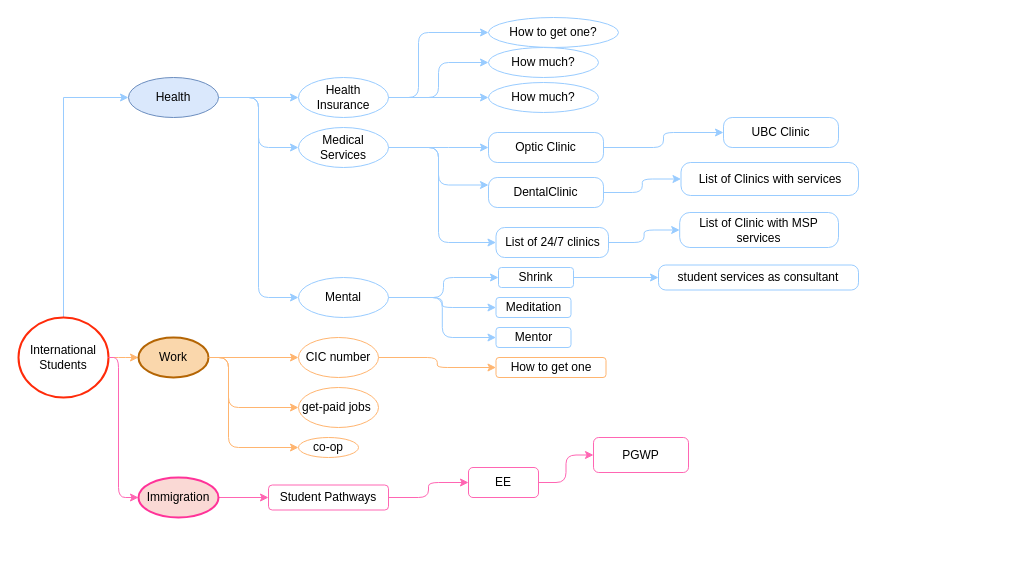
Above: Untitled Diagram.drawio in Elaheh-sharafian/portfolio (draw.io), before the change. Source tidied: cells renumbered, new cells numbered last; positions are measured from the earlier drawing's top-left corner, leaving out a move shared by most shapes. Both pictures are drawn from the tidied source at 100%, with x=0, y=0 at pixel (18, 17).
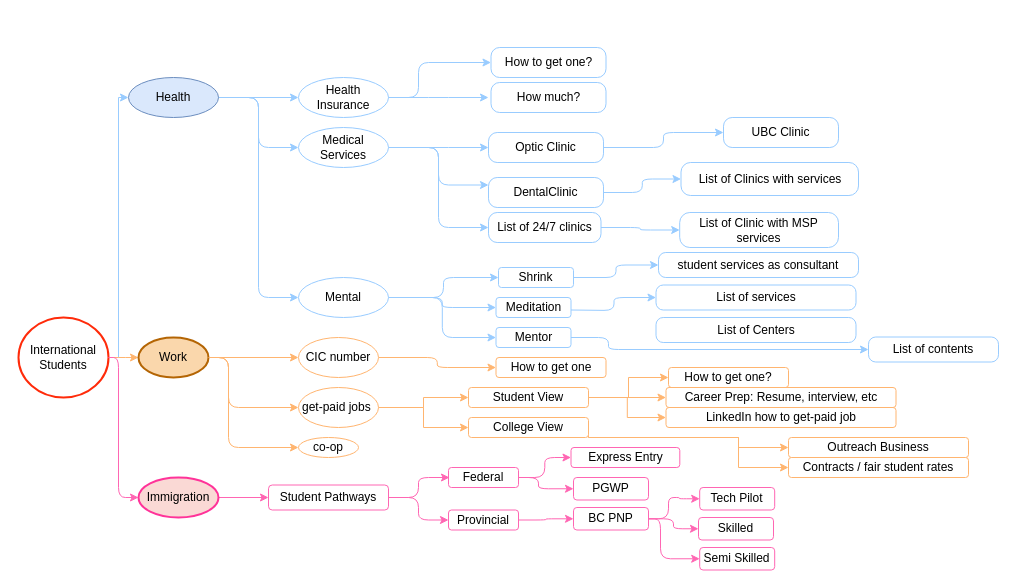
Above is the later version.

Unchanged cells that the change refers to:
```xml
<mxCell id="4" value="International &lt;br&gt;Students" style="ellipse;whiteSpace=wrap;html=1;strokeWidth=2;strokeColor=#FF2B0A;" parent="1" vertex="1">
  <mxGeometry y="300" width="90" height="80" as="geometry" />
</mxCell>
<mxCell id="8" value="Health" style="ellipse;whiteSpace=wrap;html=1;fillColor=#dae8fc;strokeColor=#6c8ebf;" parent="1" vertex="1">
  <mxGeometry x="110" y="60" width="90" height="40" as="geometry" />
</mxCell>
<mxCell id="11" value="Health Insurance&lt;br&gt;" style="ellipse;whiteSpace=wrap;html=1;strokeColor=#99CCFF;" parent="1" vertex="1">
  <mxGeometry x="280" y="60" width="90" height="40" as="geometry" />
</mxCell>
<mxCell id="20" value="Medical Services" style="ellipse;whiteSpace=wrap;html=1;strokeColor=#99CCFF;" parent="1" vertex="1">
  <mxGeometry x="280" y="110" width="90" height="40" as="geometry" />
</mxCell>
<mxCell id="37" value="Mentor" style="whiteSpace=wrap;html=1;strokeColor=#99CCFF;rounded=1;" parent="1" vertex="1">
  <mxGeometry x="477.5" y="310" width="75" height="20" as="geometry" />
</mxCell>
<mxCell id="45" value="get-paid jobs&amp;nbsp;" style="ellipse;whiteSpace=wrap;html=1;strokeColor=#FFB570;" parent="1" vertex="1">
  <mxGeometry x="280" y="370" width="80" height="40" as="geometry" />
</mxCell>
<mxCell id="52" value="Student Pathways" style="whiteSpace=wrap;html=1;strokeWidth=1;rounded=1;strokeColor=#FF66B3;" parent="1" vertex="1">
  <mxGeometry x="250" y="467.5" width="120" height="25" as="geometry" />
</mxCell>
```

Diff of the diagram source:
```diff
@@
     <mxCell id="2" style="edgeStyle=orthogonalEdgeStyle;rounded=0;jettySize=auto;html=1;strokeColor=#99CCFF;" parent="1" edge="1" source="4" target="8">
       <mxGeometry relative="1" as="geometry">
         <Array as="points">
-          <mxPoint x="45" y="80" />
+          <mxPoint x="100" y="340" />
+          <mxPoint x="100" y="80" />
         </Array>
       </mxGeometry>
     </mxCell>
@@
-    <mxCell id="9" style="edgeStyle=orthogonalEdgeStyle;rounded=1;jettySize=auto;html=1;strokeColor=#99CCFF;" parent="1" edge="1" source="11" target="12">
+    <mxCell id="9" style="edgeStyle=orthogonalEdgeStyle;rounded=1;jettySize=auto;html=1;strokeColor=#99CCFF;entryX=0;entryY=0.5;entryDx=0;entryDy=0;" parent="1" edge="1" source="11" target="78">
       <mxGeometry relative="1" as="geometry">
         <Array as="points">
           <mxPoint x="400" y="80" />
-          <mxPoint x="400" y="15" />
+          <mxPoint x="400" y="45" />
         </Array>
       </mxGeometry>
     </mxCell>
-    <mxCell id="10" style="edgeStyle=orthogonalEdgeStyle;rounded=1;jettySize=auto;html=1;entryX=0;entryY=0.5;entryDx=0;entryDy=0;strokeColor=#99CCFF;" parent="1" edge="1" source="11" target="16">
-      <mxGeometry relative="1" as="geometry" />
-    </mxCell>
@@
-    <mxCell id="12" value="How to get one?" style="ellipse;whiteSpace=wrap;html=1;strokeColor=#99CCFF;strokeWidth=1;" parent="1" vertex="1">
-      <mxGeometry x="470" width="130" height="30" as="geometry" />
-    </mxCell>
-    <mxCell id="13" style="endArrow=classic;html=1;exitX=1;exitY=0.5;exitDx=0;exitDy=0;entryX=0;entryY=0.5;entryDx=0;entryDy=0;edgeStyle=orthogonalEdgeStyle;strokeColor=#99CCFF;" parent="1" edge="1" source="11" target="15">
-      <mxGeometry relative="1" as="geometry" />
+    <mxCell id="13" style="endArrow=classic;html=1;exitX=1;exitY=0.5;exitDx=0;exitDy=0;edgeStyle=orthogonalEdgeStyle;strokeColor=#99CCFF;" parent="1" edge="1" source="11">
+      <mxGeometry relative="1" as="geometry">
+        <mxPoint x="470" y="80" as="targetPoint" />
+      </mxGeometry>
     </mxCell>
-    <mxCell id="14" style="edgeStyle=orthogonalEdgeStyle;rounded=0;orthogonalLoop=1;jettySize=auto;html=1;exitX=0;exitY=0.5;exitDx=0;exitDy=0;entryX=0;entryY=0.5;entryDx=0;entryDy=0;strokeColor=#99CCFF;" parent="1" edge="1" source="15" target="15">
-      <mxGeometry relative="1" as="geometry" />
+    <mxCell id="14" style="edgeStyle=orthogonalEdgeStyle;rounded=0;orthogonalLoop=1;jettySize=auto;html=1;exitX=0;exitY=0.5;exitDx=0;exitDy=0;entryX=0;entryY=0.5;entryDx=0;entryDy=0;strokeColor=#99CCFF;" parent="1" edge="1">
+      <mxGeometry relative="1" as="geometry">
+        <mxPoint x="460" y="45" as="sourcePoint" />
+        <mxPoint x="460" y="45" as="targetPoint" />
+      </mxGeometry>
     </mxCell>
-    <mxCell id="15" value="How much?" style="ellipse;whiteSpace=wrap;html=1;strokeColor=#99CCFF;" parent="1" vertex="1">
-      <mxGeometry x="470" y="30" width="110" height="30" as="geometry" />
-    </mxCell>
-    <mxCell id="16" value="How much?" style="ellipse;whiteSpace=wrap;html=1;strokeColor=#99CCFF;" parent="1" vertex="1">
-      <mxGeometry x="470" y="65" width="110" height="30" as="geometry" />
-    </mxCell>
@@
     <mxCell id="19" style="edgeStyle=orthogonalEdgeStyle;rounded=1;jettySize=auto;html=1;exitX=1;exitY=0.5;exitDx=0;exitDy=0;entryX=0;entryY=0.5;entryDx=0;entryDy=0;strokeColor=#99CCFF;" parent="1" edge="1" source="20" target="28">
       <mxGeometry relative="1" as="geometry">
         <Array as="points">
           <mxPoint x="420" y="130" />
-          <mxPoint x="420" y="225" />
+          <mxPoint x="420" y="210" />
         </Array>
       </mxGeometry>
     </mxCell>
@@
     <mxCell id="28" value="List of 24/7 clinics" style="whiteSpace=wrap;html=1;strokeColor=#99CCFF;rounded=1;arcSize=29;" parent="1" vertex="1">
-      <mxGeometry x="477.5" y="210" width="112.5" height="30" as="geometry" />
+      <mxGeometry x="470" y="195" width="112.5" height="30" as="geometry" />
     </mxCell>
@@
+    <mxCell id="56" style="edgeStyle=orthogonalEdgeStyle;rounded=1;jettySize=auto;html=1;entryX=0;entryY=0.5;entryDx=0;entryDy=0;fillColor=#dae8fc;strokeColor=none;" parent="1" edge="1" target="63">
+      <mxGeometry relative="1" as="geometry">
+        <mxPoint x="553" y="290" as="sourcePoint" />
+        <Array as="points">
+          <mxPoint x="553" y="295" />
+          <mxPoint x="595" y="295" />
+          <mxPoint x="595" y="313" />
+        </Array>
+      </mxGeometry>
+    </mxCell>
@@
+    <mxCell id="57" style="edgeStyle=orthogonalEdgeStyle;rounded=1;jettySize=auto;html=1;strokeColor=#99CCFF;entryX=0;entryY=0.5;entryDx=0;entryDy=0;" parent="1" edge="1" source="37" target="64">
+      <mxGeometry relative="1" as="geometry">
+        <Array as="points">
+          <mxPoint x="590" y="320" />
+          <mxPoint x="590" y="332" />
+        </Array>
+      </mxGeometry>
+    </mxCell>
@@
     <mxCell id="38" value="student services as consultant" style="whiteSpace=wrap;html=1;rounded=1;strokeColor=#99CCFF;arcSize=29;" parent="1" vertex="1">
-      <mxGeometry x="640" y="247.5" width="200" height="25" as="geometry" />
+      <mxGeometry x="640" y="235" width="200" height="25" as="geometry" />
     </mxCell>
@@
+    <mxCell id="58" style="edgeStyle=orthogonalEdgeStyle;rounded=0;jettySize=auto;html=1;strokeColor=#FFB570;" parent="1" edge="1" source="45" target="68">
+      <mxGeometry relative="1" as="geometry" />
+    </mxCell>
+    <mxCell id="59" style="edgeStyle=orthogonalEdgeStyle;rounded=0;jettySize=auto;html=1;entryX=0;entryY=0.5;entryDx=0;entryDy=0;strokeColor=#FFB570;" parent="1" edge="1" source="45" target="73">
+      <mxGeometry relative="1" as="geometry" />
+    </mxCell>
@@
-    <mxCell id="51" style="edgeStyle=orthogonalEdgeStyle;rounded=1;jettySize=auto;html=1;strokeColor=#FF66B3;" parent="1" edge="1" source="52" target="54">
-      <mxGeometry relative="1" as="geometry" />
+    <mxCell id="51" style="edgeStyle=orthogonalEdgeStyle;rounded=1;jettySize=auto;html=1;strokeColor=#FF66B3;" parent="1" edge="1" source="52">
+      <mxGeometry relative="1" as="geometry">
+        <mxPoint x="431" y="460" as="targetPoint" />
+        <Array as="points">
+          <mxPoint x="400" y="480" />
+          <mxPoint x="400" y="460" />
+        </Array>
+      </mxGeometry>
     </mxCell>
+    <mxCell id="60" style="edgeStyle=orthogonalEdgeStyle;rounded=1;jettySize=auto;html=1;exitX=1;exitY=0.5;exitDx=0;exitDy=0;entryX=0;entryY=0.5;entryDx=0;entryDy=0;strokeColor=#FF66B3;" parent="1" edge="1" source="52" target="82">
+      <mxGeometry relative="1" as="geometry" />
+    </mxCell>
@@
-    <mxCell id="53" style="edgeStyle=orthogonalEdgeStyle;rounded=1;jettySize=auto;html=1;strokeColor=#FF66B3;" parent="1" edge="1" source="54" target="55">
-      <mxGeometry relative="1" as="geometry" />
-    </mxCell>
-    <mxCell id="54" value="EE" style="whiteSpace=wrap;html=1;rounded=1;strokeColor=#FF66B3;strokeWidth=1;" parent="1" vertex="1">
-      <mxGeometry x="450" y="450" width="70" height="30" as="geometry" />
+    <mxCell id="54" value="Express Entry" style="whiteSpace=wrap;html=1;rounded=1;strokeColor=#FF66B3;strokeWidth=1;" parent="1" vertex="1">
+      <mxGeometry x="552.5" y="430" width="108.8" height="20" as="geometry" />
     </mxCell>
     <mxCell id="55" value="PGWP" style="whiteSpace=wrap;html=1;rounded=1;strokeColor=#FF66B3;strokeWidth=1;" parent="1" vertex="1">
-      <mxGeometry x="575" y="420" width="95" height="35" as="geometry" />
+      <mxGeometry x="555" y="460" width="75" height="22.5" as="geometry" />
     </mxCell>
+    <mxCell id="61" style="edgeStyle=orthogonalEdgeStyle;rounded=1;jettySize=auto;html=1;strokeColor=#99CCFF;" parent="1" edge="1" target="62">
+      <mxGeometry relative="1" as="geometry">
+        <mxPoint x="552.5" y="292.5" as="sourcePoint" />
+      </mxGeometry>
+    </mxCell>
+    <mxCell id="62" value="List of services" style="whiteSpace=wrap;html=1;rounded=1;strokeColor=#99CCFF;arcSize=29;" parent="1" vertex="1">
+      <mxGeometry x="637.5" y="267.5" width="200" height="25" as="geometry" />
+    </mxCell>
+    <mxCell id="63" value="List of Centers&lt;br&gt;" style="whiteSpace=wrap;html=1;rounded=1;strokeColor=#99CCFF;arcSize=29;" parent="1" vertex="1">
+      <mxGeometry x="637.5" y="300" width="200" height="25" as="geometry" />
+    </mxCell>
+    <mxCell id="64" value="List of contents" style="whiteSpace=wrap;html=1;rounded=1;strokeColor=#99CCFF;arcSize=29;" parent="1" vertex="1">
+      <mxGeometry x="850" y="319.5" width="130" height="25" as="geometry" />
+    </mxCell>
+    <mxCell id="65" style="edgeStyle=orthogonalEdgeStyle;rounded=0;jettySize=auto;html=1;strokeColor=#FFB570;" parent="1" edge="1" source="68" target="69">
+      <mxGeometry relative="1" as="geometry" />
+    </mxCell>
+    <mxCell id="66" style="edgeStyle=orthogonalEdgeStyle;rounded=0;jettySize=auto;html=1;entryX=0;entryY=0.5;entryDx=0;entryDy=0;strokeColor=#FFB570;" parent="1" edge="1" source="68" target="70">
+      <mxGeometry relative="1" as="geometry" />
+    </mxCell>
+    <mxCell id="67" style="edgeStyle=orthogonalEdgeStyle;rounded=0;jettySize=auto;html=1;entryX=0;entryY=0.5;entryDx=0;entryDy=0;strokeColor=#FFB570;" parent="1" edge="1" source="68" target="74">
+      <mxGeometry relative="1" as="geometry" />
+    </mxCell>
+    <mxCell id="68" value="Student View" style="whiteSpace=wrap;html=1;strokeColor=#FFB570;rounded=1;" parent="1" vertex="1">
+      <mxGeometry x="450" y="370" width="120" height="20" as="geometry" />
+    </mxCell>
+    <mxCell id="69" value="How to get one?" style="whiteSpace=wrap;html=1;rounded=1;strokeColor=#FFB570;" parent="1" vertex="1">
+      <mxGeometry x="650" y="350" width="120" height="20" as="geometry" />
+    </mxCell>
+    <mxCell id="70" value="Career Prep: Resume, interview, etc" style="whiteSpace=wrap;html=1;rounded=1;strokeColor=#FFB570;" parent="1" vertex="1">
+      <mxGeometry x="647.5" y="370" width="230" height="20" as="geometry" />
+    </mxCell>
+    <mxCell id="71" style="edgeStyle=orthogonalEdgeStyle;rounded=0;jettySize=auto;html=1;exitX=1;exitY=0.5;exitDx=0;exitDy=0;entryX=0;entryY=0.5;entryDx=0;entryDy=0;strokeColor=#FFB570;" parent="1" edge="1" source="73" target="75">
+      <mxGeometry relative="1" as="geometry">
+        <Array as="points">
+          <mxPoint x="570" y="420" />
+          <mxPoint x="720" y="420" />
+          <mxPoint x="720" y="430" />
+        </Array>
+      </mxGeometry>
+    </mxCell>
+    <mxCell id="72" style="edgeStyle=orthogonalEdgeStyle;rounded=0;jettySize=auto;html=1;entryX=0;entryY=0.5;entryDx=0;entryDy=0;strokeColor=#FFB570;" parent="1" edge="1" source="73" target="76">
+      <mxGeometry relative="1" as="geometry">
+        <Array as="points">
+          <mxPoint x="720" y="420" />
+          <mxPoint x="720" y="450" />
+        </Array>
+      </mxGeometry>
+    </mxCell>
+    <mxCell id="73" value="College View" style="whiteSpace=wrap;html=1;strokeColor=#FFB570;rounded=1;" parent="1" vertex="1">
+      <mxGeometry x="450" y="400" width="120" height="20" as="geometry" />
+    </mxCell>
+    <mxCell id="74" value="LinkedIn how to get-paid job" style="whiteSpace=wrap;html=1;rounded=1;strokeColor=#FFB570;" parent="1" vertex="1">
+      <mxGeometry x="647.5" y="390" width="230" height="20" as="geometry" />
+    </mxCell>
+    <mxCell id="75" value="Outreach Business" style="whiteSpace=wrap;html=1;rounded=1;strokeColor=#FFB570;" parent="1" vertex="1">
+      <mxGeometry x="770" y="420" width="180" height="20" as="geometry" />
+    </mxCell>
+    <mxCell id="76" value="Contracts / fair student rates" style="whiteSpace=wrap;html=1;rounded=1;strokeColor=#FFB570;" parent="1" vertex="1">
+      <mxGeometry x="770" y="440" width="180" height="20" as="geometry" />
+    </mxCell>
+    <mxCell id="77" value="How much?" style="whiteSpace=wrap;html=1;strokeColor=#99CCFF;rounded=1;arcSize=29;" parent="1" vertex="1">
+      <mxGeometry x="472.5" y="65" width="115" height="30" as="geometry" />
+    </mxCell>
+    <mxCell id="78" value="How to get one?" style="whiteSpace=wrap;html=1;strokeColor=#99CCFF;rounded=1;arcSize=29;" parent="1" vertex="1">
+      <mxGeometry x="472.5" y="30" width="115" height="30" as="geometry" />
+    </mxCell>
+    <mxCell id="79" style="edgeStyle=orthogonalEdgeStyle;rounded=1;jettySize=auto;html=1;entryX=0;entryY=0.5;entryDx=0;entryDy=0;strokeColor=#FF66B3;" parent="1" edge="1" source="80" target="54">
+      <mxGeometry relative="1" as="geometry" />
+    </mxCell>
+    <mxCell id="80" value="Federal" style="whiteSpace=wrap;html=1;rounded=1;strokeColor=#FF66B3;strokeWidth=1;" parent="1" vertex="1">
+      <mxGeometry x="430" y="450" width="70" height="20" as="geometry" />
+    </mxCell>
+    <mxCell id="81" style="edgeStyle=orthogonalEdgeStyle;rounded=1;jettySize=auto;html=1;strokeColor=#FF66B3;" parent="1" edge="1" source="82" target="86">
+      <mxGeometry relative="1" as="geometry" />
+    </mxCell>
+    <mxCell id="82" value="Provincial" style="whiteSpace=wrap;html=1;rounded=1;strokeColor=#FF66B3;strokeWidth=1;" parent="1" vertex="1">
+      <mxGeometry x="430" y="492.5" width="70" height="20" as="geometry" />
+    </mxCell>
+    <mxCell id="83" style="edgeStyle=orthogonalEdgeStyle;rounded=1;jettySize=auto;html=1;entryX=0;entryY=0.5;entryDx=0;entryDy=0;strokeColor=#FF66B3;" parent="1" edge="1" source="80" target="55">
+      <mxGeometry relative="1" as="geometry">
+        <Array as="points">
+          <mxPoint x="520" y="460" />
+          <mxPoint x="520" y="471" />
+        </Array>
+      </mxGeometry>
+    </mxCell>
+    <mxCell id="84" style="edgeStyle=orthogonalEdgeStyle;rounded=1;jettySize=auto;html=1;entryX=0;entryY=0.5;entryDx=0;entryDy=0;strokeColor=#FF66B3;" parent="1" edge="1" source="86" target="88">
+      <mxGeometry relative="1" as="geometry" />
+    </mxCell>
+    <mxCell id="85" style="edgeStyle=orthogonalEdgeStyle;rounded=1;jettySize=auto;html=1;exitX=1;exitY=0.5;exitDx=0;exitDy=0;entryX=0;entryY=0.5;entryDx=0;entryDy=0;strokeColor=#FF66B3;" parent="1" edge="1" source="86" target="89">
+      <mxGeometry relative="1" as="geometry">
+        <Array as="points">
+          <mxPoint x="642" y="501" />
+          <mxPoint x="642" y="541" />
+        </Array>
+      </mxGeometry>
+    </mxCell>
+    <mxCell id="86" value="BC PNP" style="whiteSpace=wrap;html=1;rounded=1;strokeColor=#FF66B3;strokeWidth=1;" parent="1" vertex="1">
+      <mxGeometry x="555" y="490" width="75" height="22.5" as="geometry" />
+    </mxCell>
+    <mxCell id="87" value="Tech Pilot" style="whiteSpace=wrap;html=1;rounded=1;strokeColor=#FF66B3;strokeWidth=1;" parent="1" vertex="1">
+      <mxGeometry x="681.2" y="470" width="75" height="22.5" as="geometry" />
+    </mxCell>
+    <mxCell id="88" value="Skilled" style="whiteSpace=wrap;html=1;rounded=1;strokeColor=#FF66B3;strokeWidth=1;" parent="1" vertex="1">
+      <mxGeometry x="680" y="500" width="75" height="22.5" as="geometry" />
+    </mxCell>
+    <mxCell id="89" value="Semi Skilled" style="whiteSpace=wrap;html=1;rounded=1;strokeColor=#FF66B3;strokeWidth=1;" parent="1" vertex="1">
+      <mxGeometry x="681.2" y="530" width="75" height="22.5" as="geometry" />
+    </mxCell>
+    <mxCell id="90" style="edgeStyle=orthogonalEdgeStyle;rounded=1;jettySize=auto;html=1;entryX=0;entryY=0.5;entryDx=0;entryDy=0;strokeColor=#FF66B3;" parent="1" edge="1" source="86" target="87">
+      <mxGeometry relative="1" as="geometry">
+        <Array as="points">
+          <mxPoint x="650" y="501" />
+          <mxPoint x="650" y="480" />
+          <mxPoint x="661" y="480" />
+          <mxPoint x="661" y="481" />
+        </Array>
+      </mxGeometry>
+    </mxCell>
```
